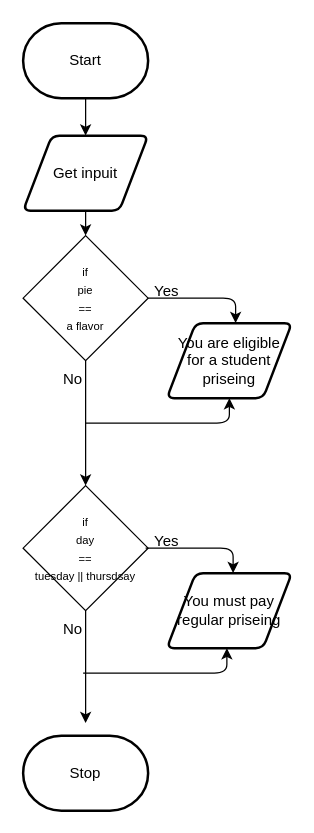
This is design/flow-chart.drawio from Chloe-Havel/assinment-ICS2O-4, a draw.io file, before an edit. Source tidied: cells renumbered, new cells numbered last; positions are measured from the earlier drawing's top-left corner, leaving out a move shared by most shapes. Both pictures are drawn from the tidied source at 125%, with x=0, y=0 at pixel (22, 22).
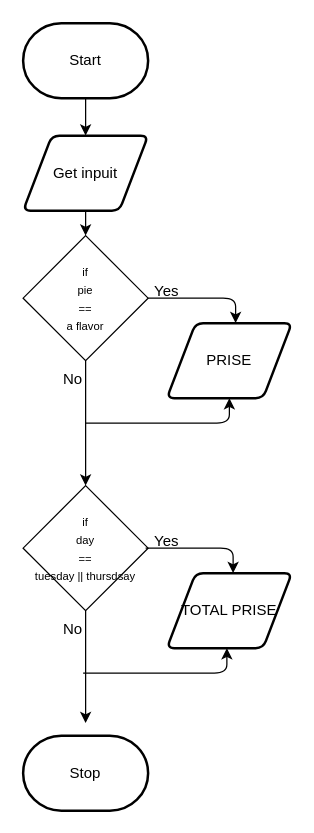
After the change.

Diff of the diagram source:
```diff
@@
-    <mxCell id="5" value="You are eligible for a student priseing" style="shape=parallelogram;html=1;strokeWidth=2;perimeter=parallelogramPerimeter;whiteSpace=wrap;rounded=1;arcSize=12;size=0.23;" parent="1" vertex="1">
+    <mxCell id="5" value="PRISE" style="shape=parallelogram;html=1;strokeWidth=2;perimeter=parallelogramPerimeter;whiteSpace=wrap;rounded=1;arcSize=12;size=0.23;" parent="1" vertex="1">
       <mxGeometry x="115" y="240" width="100" height="60" as="geometry" />
     </mxCell>
@@
-    <mxCell id="15" value="You must pay regular priseing" style="shape=parallelogram;html=1;strokeWidth=2;perimeter=parallelogramPerimeter;whiteSpace=wrap;rounded=1;arcSize=12;size=0.23;" parent="1" vertex="1">
+    <mxCell id="15" value="TOTAL PRISE" style="shape=parallelogram;html=1;strokeWidth=2;perimeter=parallelogramPerimeter;whiteSpace=wrap;rounded=1;arcSize=12;size=0.23;" parent="1" vertex="1">
       <mxGeometry x="115" y="440" width="100" height="60" as="geometry" />
     </mxCell>
```
